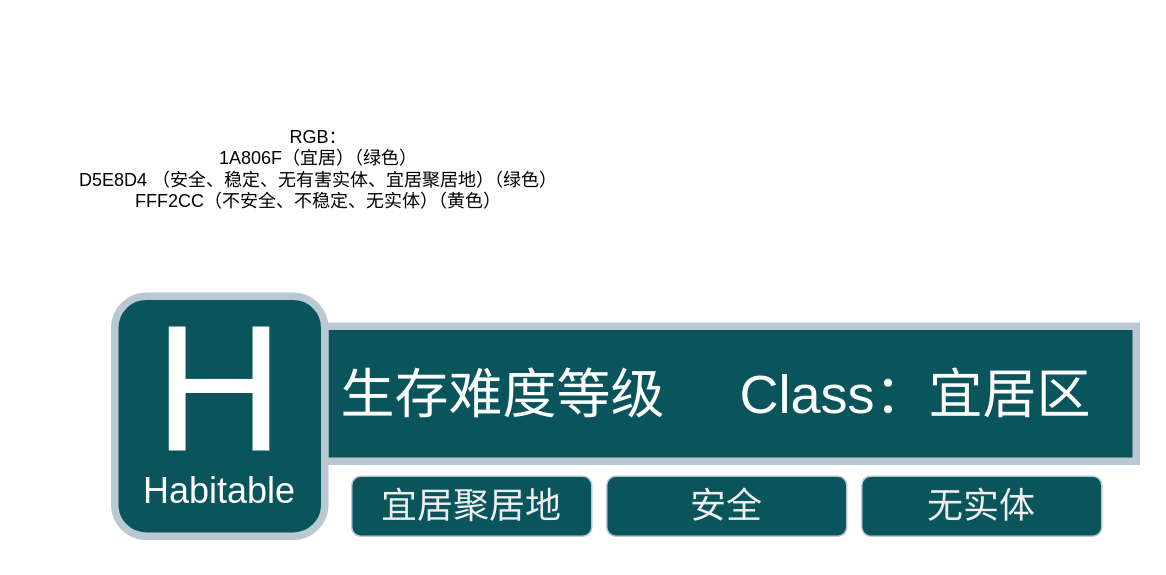
The draw.io diagram Level-images.drawio in czz4188/draw.io--documents, before the edit. Source tidied: cells renumbered, new cells numbered last; positions are measured from the earlier drawing's top-left corner, leaving out a move shared by most shapes. Both pictures are drawn from the tidied source at 150%, with x=0, y=0 at pixel (26, 26).
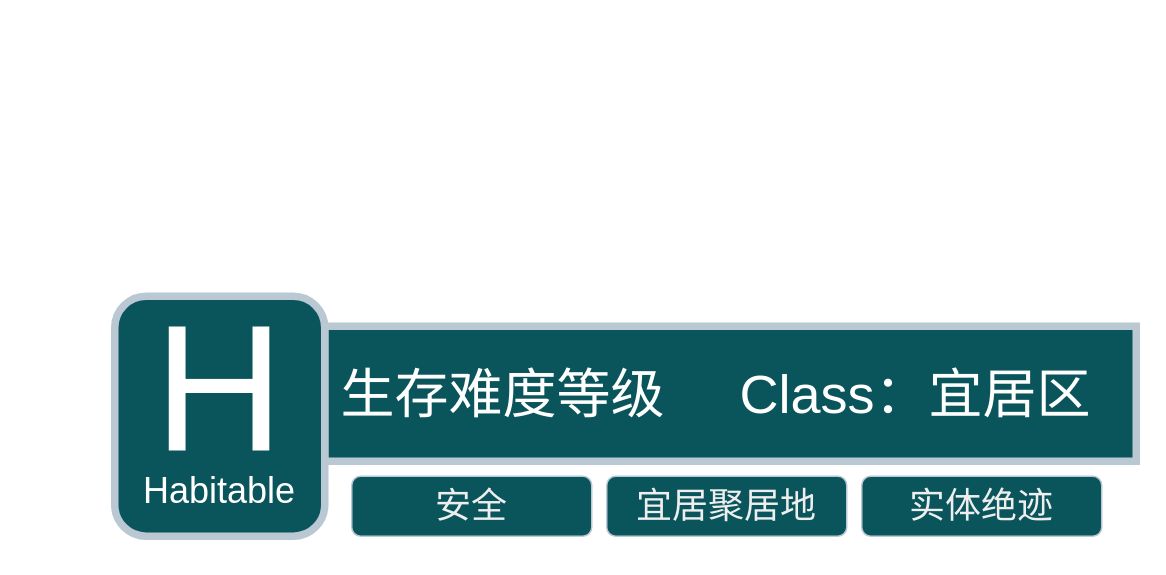
The same diagram, later.

What changed in the source:
```diff
@@
 <mxGraphModel>
   <root>
     <mxCell id="0" />
     <mxCell id="1" parent="0" />
     <mxCell id="2" style="rounded=0;whiteSpace=wrap;html=1;fillColor=#09555B;strokeColor=#BAC8D3;strokeWidth=5;glass=0;shadow=0;labelBackgroundColor=none;fontColor=#EEEEEE;" parent="1" vertex="1">
       <mxGeometry x="199" y="200" width="541" height="90" as="geometry" />
     </mxCell>
     <mxCell id="3" value="&lt;font style=&quot;font-size: 36px; color: rgb(255, 255, 255);&quot;&gt;生存难度等级&amp;nbsp; &amp;nbsp; &amp;nbsp;&lt;/font&gt;&lt;span style=&quot;font-size: 36px; color: light-dark(rgb(255, 255, 255), rgb(18, 18, 18)); background-color: transparent;&quot;&gt;Class：宜居区&lt;/span&gt;" style="text;strokeColor=none;fillColor=none;align=left;verticalAlign=middle;spacingLeft=4;spacingRight=4;overflow=hidden;whiteSpace=wrap;html=1;rounded=0;glass=0;labelBackgroundColor=none;fontColor=#EEEEEE;" parent="1" vertex="1">
       <mxGeometry x="204" y="200" width="536" height="90" as="geometry" />
     </mxCell>
-    <mxCell id="4" value="&lt;font style=&quot;font-size: 24px;&quot;&gt;无实体&lt;/font&gt;" style="rounded=1;whiteSpace=wrap;html=1;fillColor=#09555B;strokeColor=#BAC8D3;labelBackgroundColor=none;fontColor=#EEEEEE;" parent="1" vertex="1">
+    <mxCell id="4" value="&lt;font style=&quot;font-size: 24px;&quot;&gt;实体绝迹&lt;/font&gt;" style="rounded=1;whiteSpace=wrap;html=1;fillColor=#09555B;strokeColor=#BAC8D3;labelBackgroundColor=none;fontColor=#EEEEEE;" parent="1" vertex="1">
       <mxGeometry x="557" y="300" width="160" height="40" as="geometry" />
     </mxCell>
     <mxCell id="5" value="&lt;font style=&quot;font-size: 24px;&quot;&gt;安全&lt;/font&gt;" style="rounded=1;whiteSpace=wrap;html=1;fillColor=#09555B;strokeColor=#BAC8D3;direction=east;labelBackgroundColor=none;fontColor=#EEEEEE;" parent="1" vertex="1">
-      <mxGeometry x="387" y="300" width="160" height="40" as="geometry" />
+      <mxGeometry x="217" y="300" width="160" height="40" as="geometry" />
     </mxCell>
     <mxCell id="6" value="&lt;font style=&quot;font-size: 24px;&quot;&gt;宜居聚居地&lt;/font&gt;" style="rounded=1;whiteSpace=wrap;html=1;fillColor=#09555B;strokeColor=#BAC8D3;labelBackgroundColor=none;fontColor=#EEEEEE;" parent="1" vertex="1">
-      <mxGeometry x="217" y="300" width="160" height="40" as="geometry" />
+      <mxGeometry x="387" y="300" width="160" height="40" as="geometry" />
     </mxCell>
-    <mxCell id="7" value="RGB：&lt;div&gt;1A806F（宜居）（绿色）&lt;/div&gt;&lt;div&gt;D5E8D4 （安全、稳定、无有害实体、宜居聚居地）（绿色）&lt;/div&gt;&lt;div&gt;FFF2CC（不安全、不稳定、无实体）（黄色）&lt;/div&gt;" style="text;html=1;align=center;verticalAlign=middle;whiteSpace=wrap;rounded=0;labelBackgroundColor=none;fontColor=#000000;" parent="1" vertex="1">
-      <mxGeometry width="390" height="190" as="geometry" />
-    </mxCell>
     <mxCell id="8" style="rounded=1;whiteSpace=wrap;html=1;fillColor=#09555B;strokeColor=#BAC8D3;strokeWidth=5;labelBackgroundColor=none;fontColor=#EEEEEE;" parent="1" vertex="1">
       <mxGeometry x="59" y="180" width="140" height="160" as="geometry" />
     </mxCell>
     <mxCell id="9" value="&lt;font style=&quot;color: rgb(255, 255, 255); font-size: 120px;&quot;&gt;H&lt;/font&gt;" style="text;html=1;align=center;verticalAlign=middle;whiteSpace=wrap;rounded=0;labelBackgroundColor=none;fontColor=#EEEEEE;" parent="1" vertex="1">
       <mxGeometry x="59" y="180" width="140" height="120" as="geometry" />
     </mxCell>
     <mxCell id="10" value="&lt;font style=&quot;color: rgb(255, 255, 255); font-size: 24px;&quot;&gt;Habitable&lt;/font&gt;" style="text;html=1;align=center;verticalAlign=middle;whiteSpace=wrap;rounded=0;labelBackgroundColor=none;fontColor=#EEEEEE;" parent="1" vertex="1">
       <mxGeometry x="69" y="280" width="120" height="60" as="geometry" />
     </mxCell>
     <mxCell id="11" style="edgeStyle=orthogonalEdgeStyle;rounded=0;orthogonalLoop=1;jettySize=auto;html=1;exitX=0.5;exitY=1;exitDx=0;exitDy=0;" parent="1" edge="1" source="4" target="4">
       <mxGeometry relative="1" as="geometry" />
     </mxCell>
   </root>
 </mxGraphModel>
```
